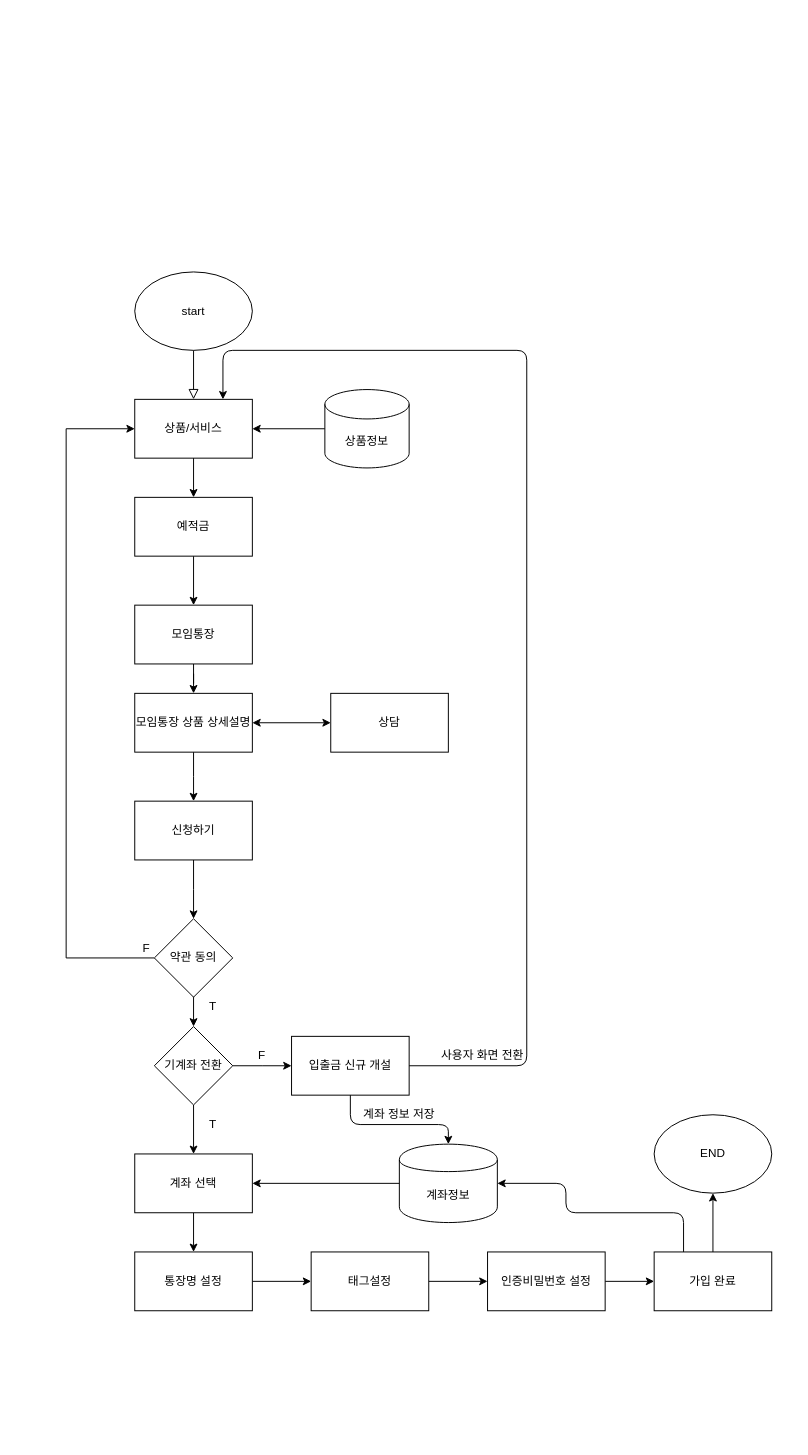
h22j2n/BeakJoon keeps this draw.io diagram as Untitled Diagram.drawio. Above is the earlier version. Source tidied: cells renumbered, new cells numbered last; positions are measured from the earlier drawing's top-left corner, leaving out a move shared by most shapes. Both pictures are drawn from the tidied source at 98%, with x=0, y=0 at pixel (66, 271).
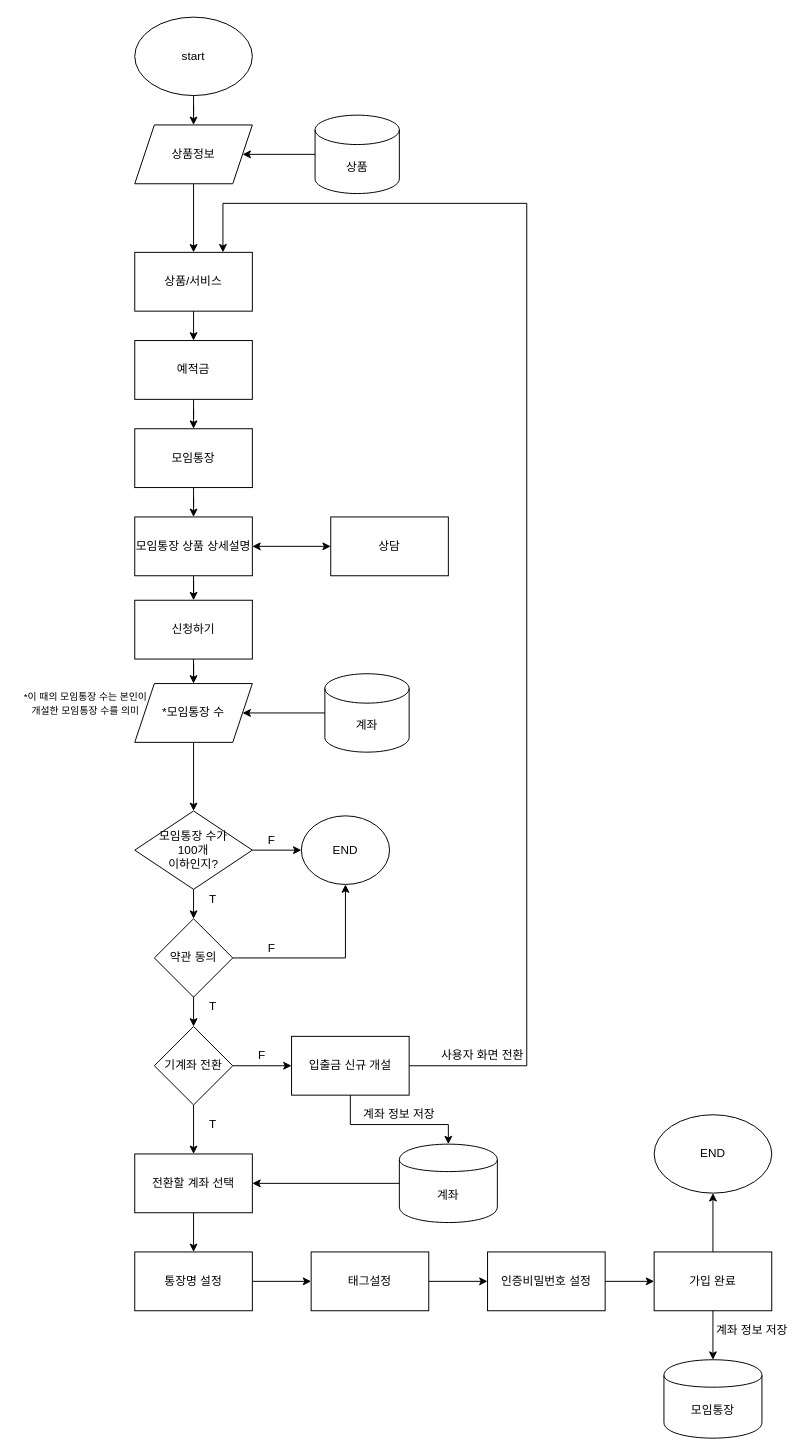
The same page after the edit.

Unchanged cells that the change refers to:
```xml
<mxCell id="18" value="가입 완료" style="rounded=0;whiteSpace=wrap;html=1;" parent="1" vertex="1">
  <mxGeometry x="600" y="1000" width="120" height="60" as="geometry" />
</mxCell>
<mxCell id="22" value="입출금 신규 개설" style="whiteSpace=wrap;html=1;" parent="1" vertex="1">
  <mxGeometry x="230" y="780" width="120" height="60" as="geometry" />
</mxCell>
<mxCell id="28" value="약관 동의" style="rhombus;whiteSpace=wrap;html=1;" parent="1" vertex="1">
  <mxGeometry x="90" y="660" width="80" height="80" as="geometry" />
</mxCell>
```

Diff of the diagram source:
```diff
@@
-    <mxCell id="2" style="rounded=0;html=1;jettySize=auto;orthogonalLoop=1;fontSize=11;endArrow=block;endFill=0;endSize=8;strokeWidth=1;shadow=0;labelBackgroundColor=none;edgeStyle=orthogonalEdgeStyle;" parent="1" edge="1">
-      <mxGeometry relative="1" as="geometry">
-        <mxPoint x="130" y="80" as="sourcePoint" />
-        <mxPoint x="130" y="130" as="targetPoint" />
-      </mxGeometry>
-    </mxCell>
     <mxCell id="3" value="상품/서비스" style="rounded=0;whiteSpace=wrap;html=1;" parent="1" vertex="1">
-      <mxGeometry x="70" y="130" width="120" height="60" as="geometry" />
+      <mxGeometry x="70" y="-20" width="120" height="60" as="geometry" />
     </mxCell>
@@
     <mxCell id="5" value="예적금" style="rounded=0;whiteSpace=wrap;html=1;" parent="1" vertex="1">
-      <mxGeometry x="70" y="230" width="120" height="60" as="geometry" />
+      <mxGeometry x="70" y="70" width="120" height="60" as="geometry" />
     </mxCell>
+    <mxCell id="47" style="edgeStyle=orthogonalEdgeStyle;rounded=0;jettySize=auto;html=1;" parent="1" edge="1" source="6" target="58">
+      <mxGeometry relative="1" as="geometry" />
+    </mxCell>
     <mxCell id="6" value="start" style="ellipse;whiteSpace=wrap;html=1;" parent="1" vertex="1">
-      <mxGeometry x="70" width="120" height="80" as="geometry" />
+      <mxGeometry x="70" y="-260" width="120" height="80" as="geometry" />
     </mxCell>
@@
     <mxCell id="8" value="모임통장" style="rounded=0;whiteSpace=wrap;html=1;" parent="1" vertex="1">
-      <mxGeometry x="70" y="340" width="120" height="60" as="geometry" />
+      <mxGeometry x="70" y="160" width="120" height="60" as="geometry" />
     </mxCell>
-    <mxCell id="9" style="edgeStyle=orthogonalEdgeStyle;rounded=0;jettySize=auto;html=1;" parent="1" edge="1" source="10">
-      <mxGeometry relative="1" as="geometry">
-        <mxPoint x="130" y="540" as="targetPoint" />
-      </mxGeometry>
-    </mxCell>
+    <mxCell id="48" style="edgeStyle=orthogonalEdgeStyle;rounded=0;jettySize=auto;html=1;" parent="1" edge="1" source="10" target="42">
+      <mxGeometry relative="1" as="geometry" />
+    </mxCell>
     <mxCell id="10" value="모임통장 상품 상세설명" style="rounded=0;whiteSpace=wrap;html=1;" parent="1" vertex="1">
-      <mxGeometry x="70" y="430" width="120" height="60" as="geometry" />
+      <mxGeometry x="70" y="250" width="120" height="60" as="geometry" />
     </mxCell>
@@
-    <mxCell id="20" style="edgeStyle=orthogonalEdgeStyle;rounded=0;jettySize=auto;html=1;entryX=0.5;entryY=0;entryDx=0;entryDy=0;exitX=0.5;exitY=1;exitDx=0;exitDy=0;" parent="1" edge="1" source="42">
-      <mxGeometry relative="1" as="geometry">
-        <mxPoint x="130" y="660" as="targetPoint" />
-      </mxGeometry>
-    </mxCell>
     <mxCell id="21" value="상담" style="whiteSpace=wrap;html=1;rounded=0;" parent="1" vertex="1">
-      <mxGeometry x="270" y="430" width="120" height="60" as="geometry" />
+      <mxGeometry x="270" y="250" width="120" height="60" as="geometry" />
     </mxCell>
@@
-    <mxCell id="26" style="endArrow=classic;html=1;exitX=1;exitY=0.5;exitDx=0;exitDy=0;entryX=0.75;entryY=0;entryDx=0;entryDy=0;" parent="1" edge="1" source="22" target="3">
+    <mxCell id="26" style="endArrow=classic;html=1;exitX=1;exitY=0.5;exitDx=0;exitDy=0;entryX=0.75;entryY=0;entryDx=0;entryDy=0;rounded=0;" parent="1" edge="1" source="22" target="3">
       <mxGeometry relative="1" as="geometry">
         <Array as="points">
           <mxPoint x="470" y="810" />
-          <mxPoint x="470" y="80" />
-          <mxPoint x="160" y="80" />
+          <mxPoint x="470" y="-70" />
+          <mxPoint x="160" y="-70" />
         </Array>
       </mxGeometry>
     </mxCell>
-    <mxCell id="27" style="edgeStyle=orthogonalEdgeStyle;rounded=0;jettySize=auto;html=1;entryX=0;entryY=0.5;entryDx=0;entryDy=0;" parent="1" edge="1" source="28" target="3">
+    <mxCell id="27" style="edgeStyle=orthogonalEdgeStyle;rounded=0;jettySize=auto;html=1;entryX=0.5;entryY=1;entryDx=0;entryDy=0;exitX=1;exitY=0.5;exitDx=0;exitDy=0;" parent="1" edge="1" source="28" target="53">
       <mxGeometry relative="1" as="geometry">
         <Array as="points">
-          <mxPoint y="700" />
-          <mxPoint y="160" />
+          <mxPoint x="285" y="700" />
         </Array>
       </mxGeometry>
     </mxCell>
@@
-    <mxCell id="31" value="계좌정보" style="shape=cylinder;whiteSpace=wrap;html=1;boundedLbl=1;backgroundOutline=1;" parent="1" vertex="1">
+    <mxCell id="31" value="계좌" style="shape=cylinder;whiteSpace=wrap;html=1;boundedLbl=1;backgroundOutline=1;" parent="1" vertex="1">
       <mxGeometry x="340" y="890" width="100" height="80" as="geometry" />
     </mxCell>
@@
     <mxCell id="34" value="F" style="text;html=1;strokeColor=none;fillColor=none;align=center;verticalAlign=middle;whiteSpace=wrap;rounded=0;" parent="1" vertex="1">
-      <mxGeometry x="62" y="680" width="40" height="20" as="geometry" />
+      <mxGeometry x="190" y="680" width="40" height="20" as="geometry" />
     </mxCell>
-    <mxCell id="35" style="edgeStyle=orthogonalEdgeStyle;rounded=0;jettySize=auto;html=1;" parent="1" edge="1" source="36" target="3">
+    <mxCell id="35" style="edgeStyle=orthogonalEdgeStyle;rounded=0;jettySize=auto;html=1;entryX=1;entryY=0.5;entryDx=0;entryDy=0;" parent="1" edge="1" source="36" target="58">
       <mxGeometry relative="1" as="geometry" />
     </mxCell>
-    <mxCell id="36" value="상품정보" style="shape=cylinder3;whiteSpace=wrap;html=1;boundedLbl=1;backgroundOutline=1;size=15;" parent="1" vertex="1">
-      <mxGeometry x="264" y="120" width="86" height="80" as="geometry" />
+    <mxCell id="36" value="상품" style="shape=cylinder3;whiteSpace=wrap;html=1;boundedLbl=1;backgroundOutline=1;size=15;" parent="1" vertex="1">
+      <mxGeometry x="254" y="-160" width="86" height="80" as="geometry" />
     </mxCell>
@@
-    <mxCell id="39" value="계좌 선택" style="rounded=0;whiteSpace=wrap;html=1;" parent="1" vertex="1">
+    <mxCell id="39" value="전환할 계좌 선택" style="rounded=0;whiteSpace=wrap;html=1;" parent="1" vertex="1">
       <mxGeometry x="70" y="900" width="120" height="60" as="geometry" />
     </mxCell>
@@
-    <mxCell id="41" style="endArrow=classic;html=1;exitX=0.25;exitY=0;exitDx=0;exitDy=0;entryX=1;entryY=0.5;entryDx=0;entryDy=0;" parent="1" edge="1" source="18" target="31">
-      <mxGeometry relative="1" as="geometry">
-        <Array as="points">
-          <mxPoint x="630" y="960" />
-          <mxPoint x="510" y="960" />
-          <mxPoint x="510" y="930" />
-        </Array>
-      </mxGeometry>
+    <mxCell id="41" style="endArrow=classic;html=1;exitX=0.5;exitY=1;exitDx=0;exitDy=0;entryX=0.5;entryY=0;entryDx=0;entryDy=0;rounded=0;" parent="1" edge="1" source="18" target="64">
+      <mxGeometry relative="1" as="geometry" />
     </mxCell>
+    <mxCell id="49" style="edgeStyle=orthogonalEdgeStyle;rounded=0;jettySize=auto;html=1;" parent="1" edge="1" source="42" target="62">
+      <mxGeometry relative="1" as="geometry" />
+    </mxCell>
     <mxCell id="42" value="신청하기" style="rounded=0;whiteSpace=wrap;html=1;" parent="1" vertex="1">
-      <mxGeometry x="70" y="540" width="120" height="60" as="geometry" />
+      <mxGeometry x="70" y="335" width="120" height="60" as="geometry" />
     </mxCell>
-    <mxCell id="43" style="endArrow=classic;html=1;entryX=0.5;entryY=0;entryDx=0;entryDy=0;exitX=0.5;exitY=1;exitDx=0;exitDy=0;" parent="1" edge="1" source="22" target="31">
+    <mxCell id="43" style="endArrow=classic;html=1;entryX=0.5;entryY=0;entryDx=0;entryDy=0;exitX=0.5;exitY=1;exitDx=0;exitDy=0;rounded=0;" parent="1" edge="1" source="22" target="31">
       <mxGeometry relative="1" as="geometry">
         <Array as="points">
           <mxPoint x="290" y="870" />
           <mxPoint x="390" y="870" />
         </Array>
       </mxGeometry>
     </mxCell>
@@
-    <mxCell id="46" style="endArrow=classic;startArrow=classic;html=1;exitX=1;exitY=0.5;exitDx=0;exitDy=0;" parent="1" edge="1" source="10">
-      <mxGeometry relative="1" as="geometry">
-        <mxPoint x="270" y="460" as="targetPoint" />
-      </mxGeometry>
+    <mxCell id="46" style="endArrow=classic;startArrow=classic;html=1;exitX=1;exitY=0.5;exitDx=0;exitDy=0;entryX=0;entryY=0.5;entryDx=0;entryDy=0;" parent="1" edge="1" source="10" target="21">
+      <mxGeometry relative="1" as="geometry" />
     </mxCell>
+    <mxCell id="50" style="edgeStyle=orthogonalEdgeStyle;rounded=0;jettySize=auto;html=1;" parent="1" edge="1" source="52">
+      <mxGeometry relative="1" as="geometry">
+        <mxPoint x="130" y="660" as="targetPoint" />
+      </mxGeometry>
+    </mxCell>
+    <mxCell id="51" style="edgeStyle=orthogonalEdgeStyle;rounded=0;jettySize=auto;html=1;" parent="1" edge="1" source="52" target="53">
+      <mxGeometry relative="1" as="geometry" />
+    </mxCell>
+    <mxCell id="52" value="모임통장 수가&lt;br&gt;100개&lt;br&gt;이하인지?" style="rhombus;whiteSpace=wrap;html=1;" parent="1" vertex="1">
+      <mxGeometry x="70" y="550" width="120" height="80" as="geometry" />
+    </mxCell>
+    <mxCell id="53" value="END" style="ellipse;whiteSpace=wrap;html=1;" parent="1" vertex="1">
+      <mxGeometry x="240" y="555" width="90" height="70" as="geometry" />
+    </mxCell>
+    <mxCell id="54" value="F" style="text;html=1;strokeColor=none;fillColor=none;align=center;verticalAlign=middle;whiteSpace=wrap;rounded=0;" parent="1" vertex="1">
+      <mxGeometry x="190" y="570" width="40" height="20" as="geometry" />
+    </mxCell>
+    <mxCell id="55" value="T" style="text;html=1;strokeColor=none;fillColor=none;align=center;verticalAlign=middle;whiteSpace=wrap;rounded=0;" parent="1" vertex="1">
+      <mxGeometry x="130" y="630" width="40" height="20" as="geometry" />
+    </mxCell>
+    <mxCell id="56" value="&lt;font style=&quot;font-size: 10px&quot;&gt;*이 때의 모임통장 수는 본인이 &lt;br&gt;개설한 모임통장 수를 의미&lt;/font&gt;" style="text;html=1;strokeColor=none;fillColor=none;align=center;verticalAlign=middle;whiteSpace=wrap;rounded=0;" parent="1" vertex="1">
+      <mxGeometry x="-50" y="430" width="140" height="20" as="geometry" />
+    </mxCell>
+    <mxCell id="57" style="edgeStyle=orthogonalEdgeStyle;rounded=0;jettySize=auto;html=1;" parent="1" edge="1" source="58" target="3">
+      <mxGeometry relative="1" as="geometry" />
+    </mxCell>
+    <mxCell id="58" value="상품정보" style="shape=parallelogram;perimeter=parallelogramPerimeter;whiteSpace=wrap;html=1;fixedSize=1;" parent="1" vertex="1">
+      <mxGeometry x="70" y="-150" width="120" height="60" as="geometry" />
+    </mxCell>
+    <mxCell id="59" value="계좌 정보 저장" style="text;html=1;strokeColor=none;fillColor=none;align=center;verticalAlign=middle;whiteSpace=wrap;rounded=0;" parent="1" vertex="1">
+      <mxGeometry x="660" y="1070" width="80" height="20" as="geometry" />
+    </mxCell>
+    <mxCell id="60" value="계좌" style="shape=cylinder3;whiteSpace=wrap;html=1;boundedLbl=1;backgroundOutline=1;size=15;" parent="1" vertex="1">
+      <mxGeometry x="264" y="410" width="86" height="80" as="geometry" />
+    </mxCell>
+    <mxCell id="61" style="edgeStyle=orthogonalEdgeStyle;rounded=0;jettySize=auto;html=1;" parent="1" edge="1" source="62" target="52">
+      <mxGeometry relative="1" as="geometry" />
+    </mxCell>
+    <mxCell id="62" value="*모임통장 수" style="shape=parallelogram;perimeter=parallelogramPerimeter;whiteSpace=wrap;html=1;fixedSize=1;rounded=0;" parent="1" vertex="1">
+      <mxGeometry x="70" y="420" width="120" height="60" as="geometry" />
+    </mxCell>
+    <mxCell id="63" style="endArrow=classic;html=1;exitX=0;exitY=0.5;exitDx=0;exitDy=0;exitPerimeter=0;entryX=1;entryY=0.5;entryDx=0;entryDy=0;rounded=0;" parent="1" edge="1" source="60" target="62">
+      <mxGeometry relative="1" as="geometry">
+        <Array as="points">
+          <mxPoint x="240" y="450" />
+        </Array>
+      </mxGeometry>
+    </mxCell>
+    <mxCell id="64" value="모임통장" style="shape=cylinder;whiteSpace=wrap;html=1;boundedLbl=1;backgroundOutline=1;" parent="1" vertex="1">
+      <mxGeometry x="610" y="1110" width="100" height="80" as="geometry" />
+    </mxCell>
```
